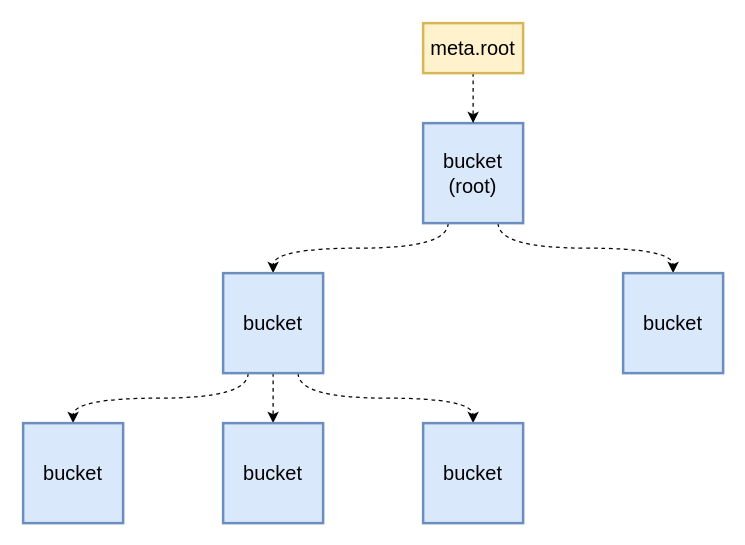
Above: page "bucket" (3 of 7) of posts/code-reading/boltdb-made-simple/3-bucket-cursor/assets/bucket-cursor.drawio in MrCroxx/mrcroxx.github.io (draw.io), before the change. Source tidied: cells renumbered, new cells numbered last; positions are measured from the earlier drawing's top-left corner, leaving out a move shared by most shapes. Both pictures are drawn from the tidied source at 125%, with x=0, y=0 at pixel (22, 22).
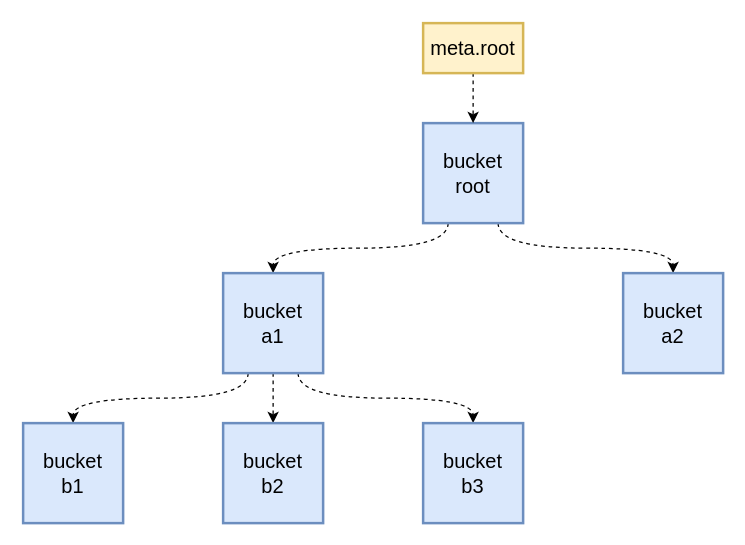
The same diagram, later.

What changed in the source:
```diff
@@
 <mxGraphModel background="#ffffff">
   <root>
     <mxCell id="0" />
     <mxCell id="1" parent="0" />
     <mxCell id="2" style="edgeStyle=orthogonalEdgeStyle;curved=1;rounded=0;jettySize=auto;html=1;exitX=0.25;exitY=1;exitDx=0;exitDy=0;entryX=0.5;entryY=0;entryDx=0;entryDy=0;dashed=1;" parent="1" edge="1" source="4" target="8">
       <mxGeometry relative="1" as="geometry" />
     </mxCell>
     <mxCell id="3" style="edgeStyle=orthogonalEdgeStyle;curved=1;rounded=0;jettySize=auto;html=1;exitX=0.75;exitY=1;exitDx=0;exitDy=0;entryX=0.5;entryY=0;entryDx=0;entryDy=0;dashed=1;" parent="1" edge="1" source="4" target="9">
       <mxGeometry relative="1" as="geometry" />
     </mxCell>
-    <mxCell id="4" value="bucket (root)" style="rounded=0;whiteSpace=wrap;html=1;fillColor=#dae8fc;strokeColor=#6c8ebf;strokeWidth=2;fontSize=16;" parent="1" vertex="1">
+    <mxCell id="4" value="bucket&lt;br&gt;root" style="rounded=0;whiteSpace=wrap;html=1;fillColor=#dae8fc;strokeColor=#6c8ebf;strokeWidth=2;fontSize=16;" parent="1" vertex="1">
       <mxGeometry x="320" y="80" width="80" height="80" as="geometry" />
     </mxCell>
     <mxCell id="5" style="edgeStyle=orthogonalEdgeStyle;curved=1;rounded=0;jettySize=auto;html=1;exitX=0.25;exitY=1;exitDx=0;exitDy=0;entryX=0.5;entryY=0;entryDx=0;entryDy=0;dashed=1;" parent="1" edge="1" source="8" target="10">
       <mxGeometry relative="1" as="geometry" />
     </mxCell>
     <mxCell id="6" style="edgeStyle=orthogonalEdgeStyle;curved=1;rounded=0;jettySize=auto;html=1;exitX=0.75;exitY=1;exitDx=0;exitDy=0;entryX=0.5;entryY=0;entryDx=0;entryDy=0;dashed=1;" parent="1" edge="1" source="8" target="11">
       <mxGeometry relative="1" as="geometry" />
     </mxCell>
     <mxCell id="7" style="edgeStyle=orthogonalEdgeStyle;curved=1;rounded=0;jettySize=auto;html=1;exitX=0.5;exitY=1;exitDx=0;exitDy=0;entryX=0.5;entryY=0;entryDx=0;entryDy=0;dashed=1;" parent="1" edge="1" source="8" target="12">
       <mxGeometry relative="1" as="geometry" />
     </mxCell>
-    <mxCell id="8" value="bucket" style="rounded=0;whiteSpace=wrap;html=1;fillColor=#dae8fc;strokeColor=#6c8ebf;strokeWidth=2;fontSize=16;" parent="1" vertex="1">
+    <mxCell id="8" value="bucket&lt;br&gt;a1" style="rounded=0;whiteSpace=wrap;html=1;fillColor=#dae8fc;strokeColor=#6c8ebf;strokeWidth=2;fontSize=16;" parent="1" vertex="1">
       <mxGeometry x="160" y="200" width="80" height="80" as="geometry" />
     </mxCell>
-    <mxCell id="9" value="bucket" style="rounded=0;whiteSpace=wrap;html=1;fillColor=#dae8fc;strokeColor=#6c8ebf;strokeWidth=2;fontSize=16;" parent="1" vertex="1">
+    <mxCell id="9" value="bucket&lt;br&gt;a2" style="rounded=0;whiteSpace=wrap;html=1;fillColor=#dae8fc;strokeColor=#6c8ebf;strokeWidth=2;fontSize=16;" parent="1" vertex="1">
       <mxGeometry x="480" y="200" width="80" height="80" as="geometry" />
     </mxCell>
-    <mxCell id="10" value="bucket" style="rounded=0;whiteSpace=wrap;html=1;fillColor=#dae8fc;strokeColor=#6c8ebf;strokeWidth=2;fontSize=16;" parent="1" vertex="1">
+    <mxCell id="10" value="bucket&lt;br&gt;b1" style="rounded=0;whiteSpace=wrap;html=1;fillColor=#dae8fc;strokeColor=#6c8ebf;strokeWidth=2;fontSize=16;" parent="1" vertex="1">
       <mxGeometry y="320" width="80" height="80" as="geometry" />
     </mxCell>
-    <mxCell id="11" value="bucket" style="rounded=0;whiteSpace=wrap;html=1;fillColor=#dae8fc;strokeColor=#6c8ebf;strokeWidth=2;fontSize=16;" parent="1" vertex="1">
+    <mxCell id="11" value="bucket&lt;br&gt;b3" style="rounded=0;whiteSpace=wrap;html=1;fillColor=#dae8fc;strokeColor=#6c8ebf;strokeWidth=2;fontSize=16;" parent="1" vertex="1">
       <mxGeometry x="320" y="320" width="80" height="80" as="geometry" />
     </mxCell>
-    <mxCell id="12" value="bucket" style="rounded=0;whiteSpace=wrap;html=1;fillColor=#dae8fc;strokeColor=#6c8ebf;strokeWidth=2;fontSize=16;" parent="1" vertex="1">
+    <mxCell id="12" value="bucket&lt;br&gt;b2" style="rounded=0;whiteSpace=wrap;html=1;fillColor=#dae8fc;strokeColor=#6c8ebf;strokeWidth=2;fontSize=16;" parent="1" vertex="1">
       <mxGeometry x="160" y="320" width="80" height="80" as="geometry" />
     </mxCell>
     <mxCell id="13" style="edgeStyle=orthogonalEdgeStyle;curved=1;rounded=0;jettySize=auto;html=1;exitX=0.5;exitY=1;exitDx=0;exitDy=0;entryX=0.5;entryY=0;entryDx=0;entryDy=0;dashed=1;fontSize=16;" parent="1" edge="1" source="14" target="4">
       <mxGeometry relative="1" as="geometry" />
     </mxCell>
     <mxCell id="14" value="meta.root" style="rounded=0;whiteSpace=wrap;html=1;fillColor=#fff2cc;strokeColor=#d6b656;strokeWidth=2;fontSize=16;" parent="1" vertex="1">
       <mxGeometry x="320" width="80" height="40" as="geometry" />
     </mxCell>
   </root>
 </mxGraphModel>
```
